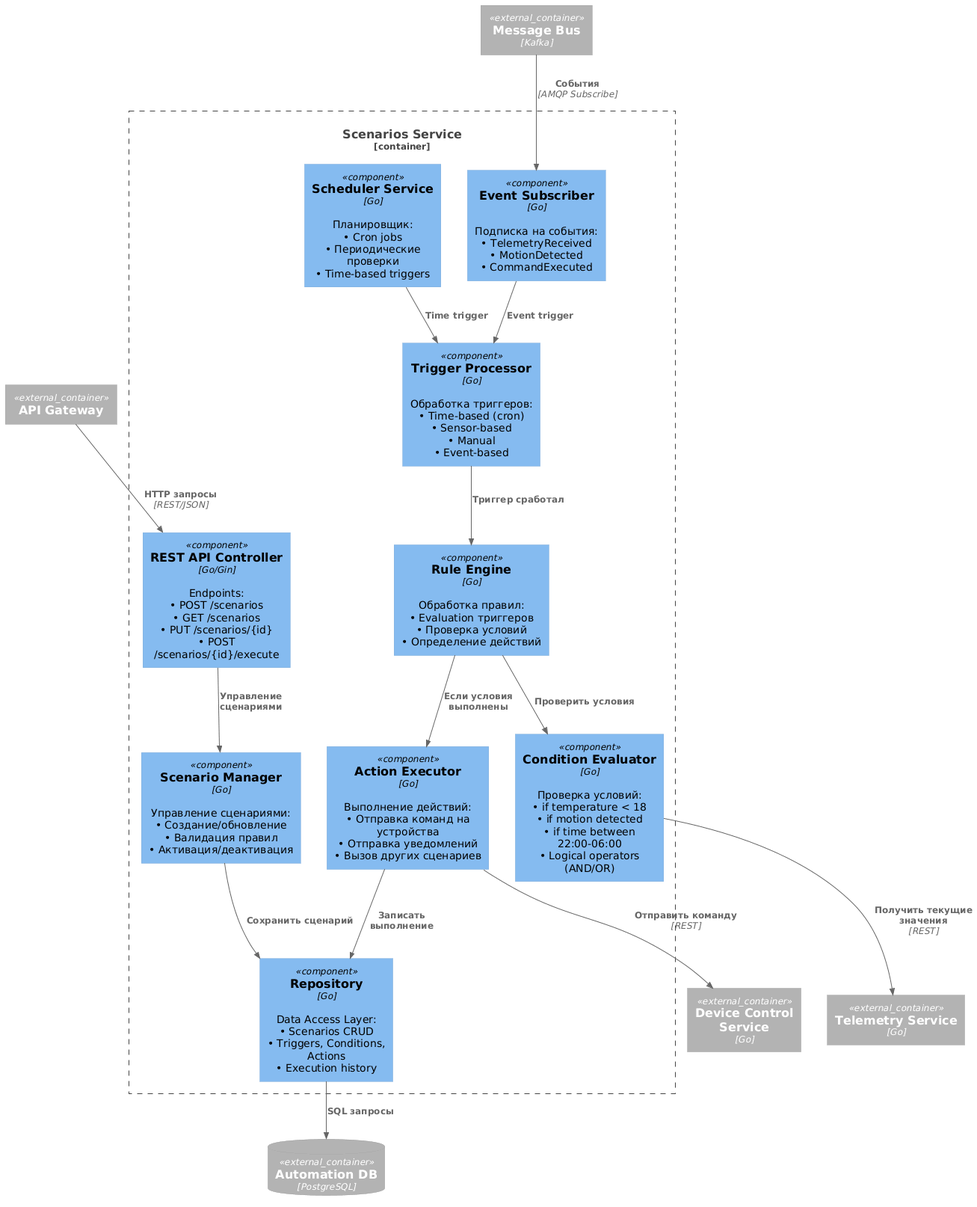
Before: schemas/to_be/img/scenarios-service-components.png, a diagram exported from PlantUML (Vrg26/pro-warmhouse).
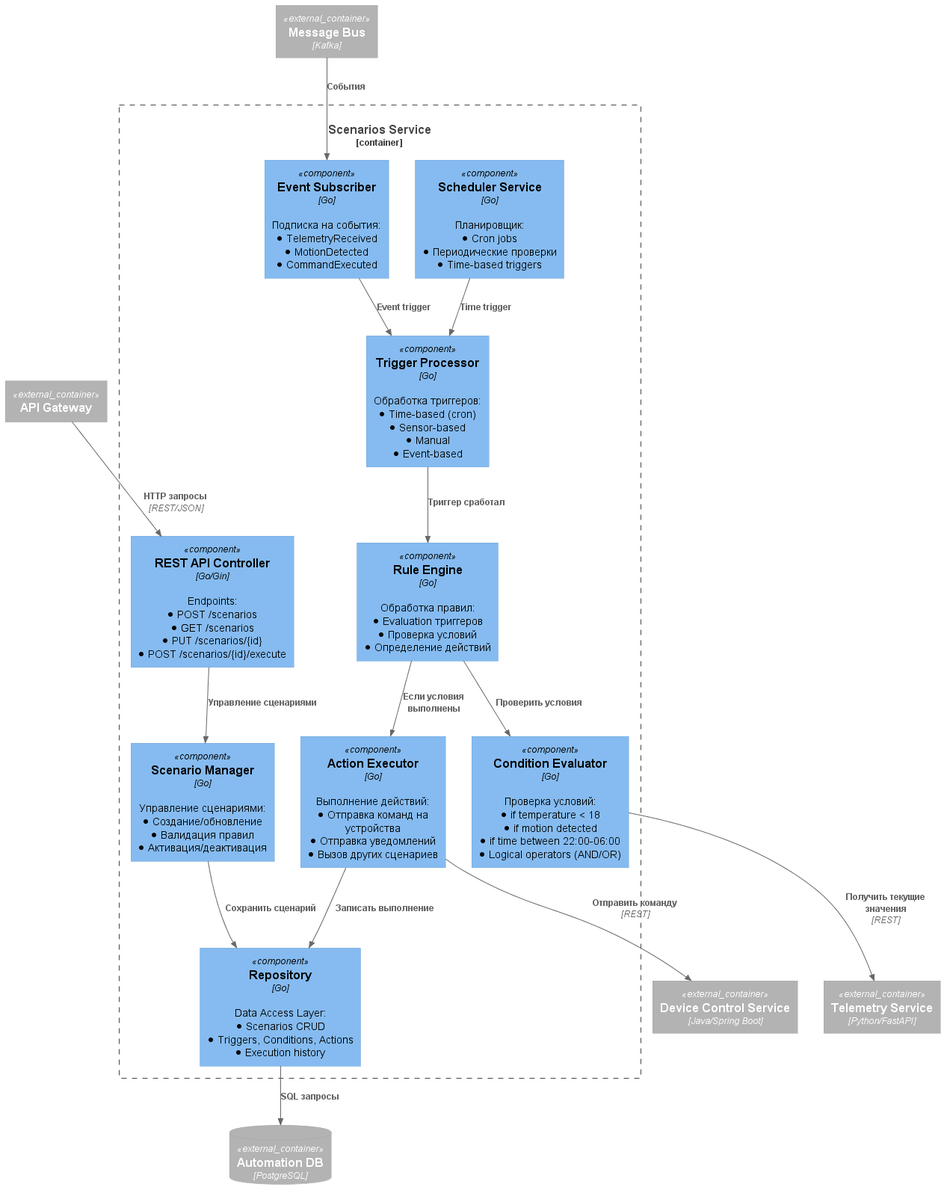
After the commit.

Diff of the diagram source:
```diff
@@ -1,10 +1,9 @@
 @startuml
-!includeurl https://raw.githubusercontent.com/plantuml-stdlib/C4-PlantUML/master/C4_Component.puml
-
+!includeurl ../C4-lib/c4_Component.puml
 
 Container_Ext(apiGateway, "API Gateway")
-Container_Ext(deviceControl, "Device Control Service", "Go", "")
-Container_Ext(telemetryService, "Telemetry Service", "Go", "")
+Container_Ext(deviceControl, "Device Control Service", "Java/Spring Boot", "")
+Container_Ext(telemetryService, "Telemetry Service", "Python/FastAPI", "")
 Container_Ext(messageBus, "Message Bus", "Kafka", "")
 ContainerDb_Ext(automationDb, "Automation DB", "PostgreSQL", "")
 
@@ -35,7 +34,7 @@
 
 Rel(schedulerService, triggerProcessor, "Time trigger")
 Rel(eventSubscriber, triggerProcessor, "Event trigger")
-Rel(messageBus, eventSubscriber, "События", "AMQP Subscribe")
+Rel(messageBus, eventSubscriber, "События")
 
 Rel(triggerProcessor, ruleEngine, "Триггер сработал")
 Rel(ruleEngine, conditionEvaluator, "Проверить условия")
```
